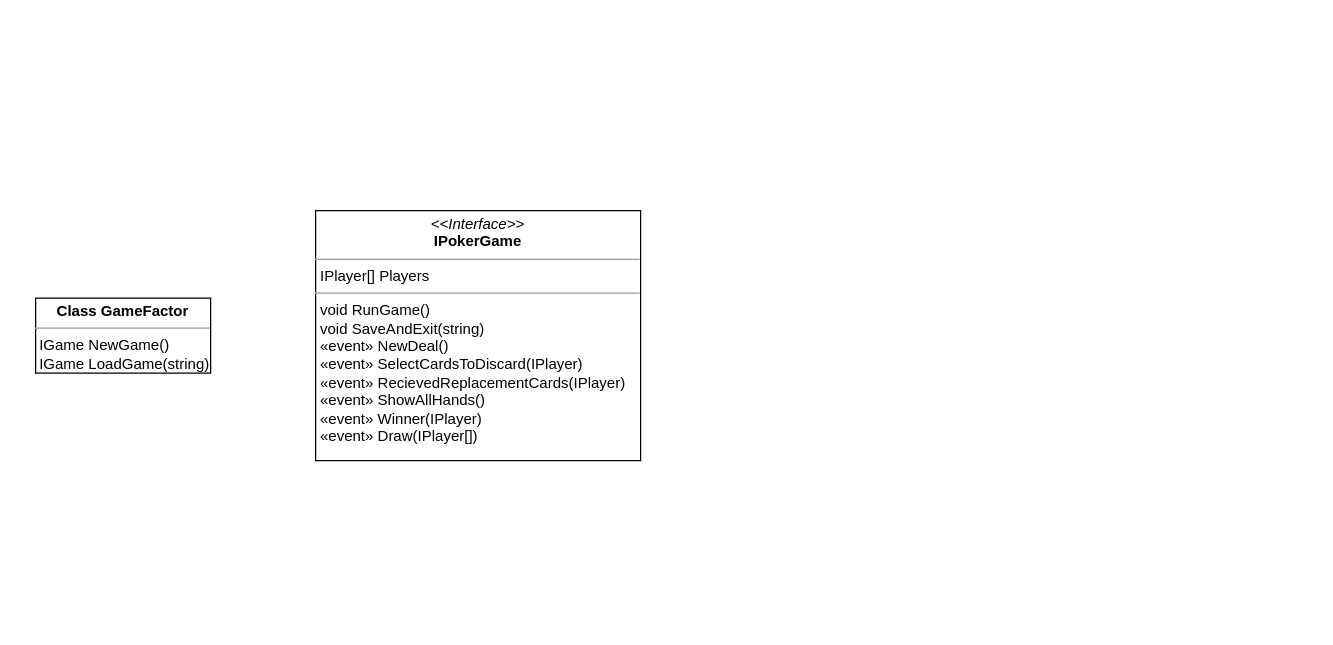
lucasohrn/PokerGame keeps this draw.io diagram as Untitled Diagram.drawio. Above is the earlier version. Source tidied: cells renumbered, new cells numbered last; positions are measured from the earlier drawing's top-left corner, leaving out a move shared by most shapes. Both pictures are drawn from the tidied source at 125%, with x=0, y=0 at pixel (35, 210).
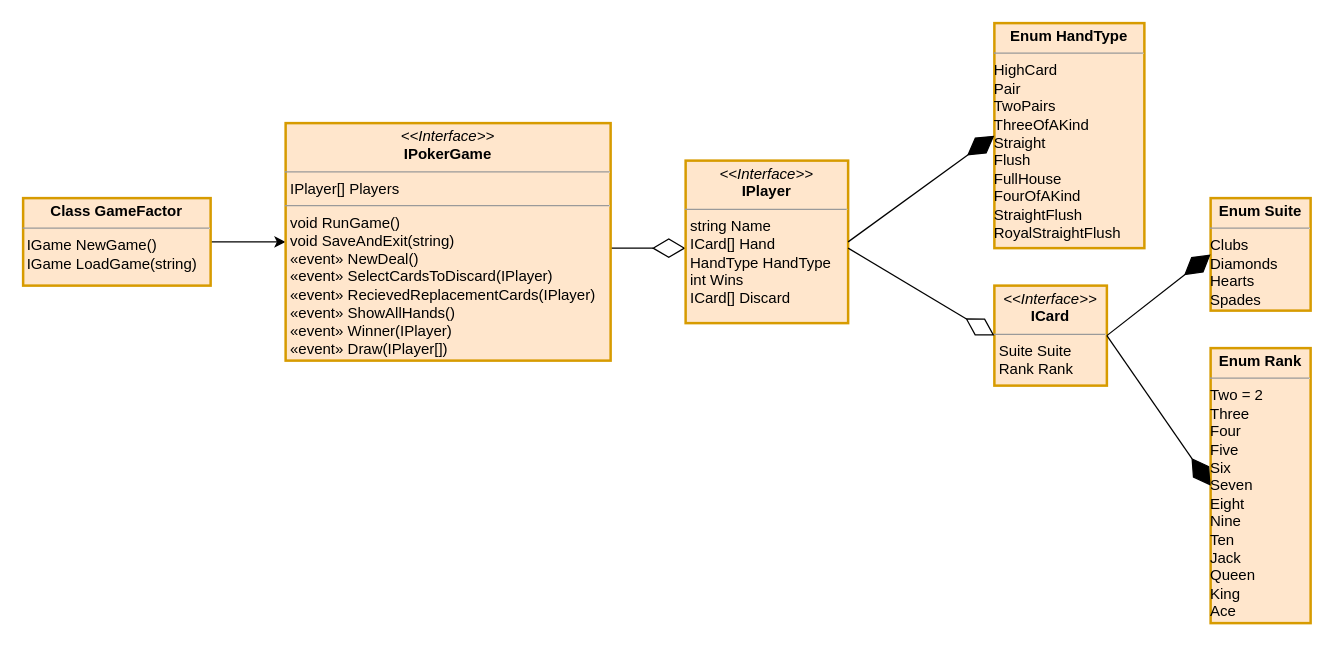
The same page after the edit.

The edit, as a diff of the source:
```diff
@@
 <mxGraphModel>
   <root>
     <mxCell id="0" />
     <mxCell id="1" parent="0" />
+    <mxCell id="4" style="endArrow=diamondThin;endFill=0;endSize=24;html=1;fontSize=12;rounded=1;" parent="1" edge="1">
+      <mxGeometry relative="1" as="geometry">
+        <mxPoint x="460" y="30" as="sourcePoint" />
+        <mxPoint x="520" y="30" as="targetPoint" />
+      </mxGeometry>
+    </mxCell>
+    <mxCell id="5" style="edgeStyle=orthogonalEdgeStyle;rounded=0;jettySize=auto;html=1;exitX=1;exitY=0.5;exitDx=0;exitDy=0;entryX=0;entryY=0.5;entryDx=0;entryDy=0;" parent="1" edge="1" source="2" target="3">
+      <mxGeometry relative="1" as="geometry" />
+    </mxCell>
-    <mxCell id="2" value="&lt;p style=&quot;margin: 0px ; margin-top: 4px ; text-align: center&quot;&gt;&lt;b&gt;Class GameFactor&lt;/b&gt;&lt;/p&gt;&lt;hr size=&quot;1&quot;&gt;&amp;nbsp;IGame NewGame()&lt;br&gt;&amp;nbsp;IGame LoadGame(string)&lt;br&gt;&lt;div style=&quot;height: 2px&quot;&gt;&lt;/div&gt;" style="verticalAlign=top;align=left;overflow=fill;fontSize=12;fontFamily=Helvetica;html=1;" parent="1" vertex="1">
-      <mxGeometry y="70" width="140" height="60" as="geometry" />
+    <mxCell id="2" value="&lt;p style=&quot;margin: 0px ; margin-top: 4px ; text-align: center&quot;&gt;&lt;b&gt;Class GameFactor&lt;/b&gt;&lt;/p&gt;&lt;hr size=&quot;1&quot;&gt;&amp;nbsp;IGame NewGame()&lt;br&gt;&amp;nbsp;IGame LoadGame(string)&lt;br&gt;&lt;div style=&quot;height: 2px&quot;&gt;&lt;/div&gt;" style="verticalAlign=top;align=left;overflow=fill;fontSize=12;fontFamily=Helvetica;html=1;fillColor=#ffe6cc;strokeColor=#d79b00;strokeWidth=2;" parent="1" vertex="1">
+      <mxGeometry x="-10" y="-10" width="150" height="70" as="geometry" />
     </mxCell>
-    <mxCell id="3" value="&lt;p style=&quot;margin: 0px ; margin-top: 4px ; text-align: center&quot;&gt;&lt;i&gt;&amp;lt;&amp;lt;Interface&amp;gt;&amp;gt;&lt;/i&gt;&lt;br&gt;&lt;b&gt;IPokerGame&lt;/b&gt;&lt;/p&gt;&lt;hr size=&quot;1&quot;&gt;&lt;p style=&quot;margin: 0px ; margin-left: 4px&quot;&gt;IPlayer[] Players&lt;/p&gt;&lt;hr size=&quot;1&quot;&gt;&lt;p style=&quot;margin: 0px ; margin-left: 4px&quot;&gt;void RunGame()&lt;/p&gt;&lt;p style=&quot;margin: 0px ; margin-left: 4px&quot;&gt;void SaveAndExit(string)&lt;/p&gt;&lt;p style=&quot;margin: 0px ; margin-left: 4px&quot;&gt;«event» NewDeal()&lt;/p&gt;&lt;p style=&quot;margin: 0px ; margin-left: 4px&quot;&gt;«event»&amp;nbsp;SelectCardsToDiscard(IPlayer)&lt;/p&gt;&lt;p style=&quot;margin: 0px ; margin-left: 4px&quot;&gt;«event» RecievedReplacementCards(IPlayer)&lt;/p&gt;&lt;p style=&quot;margin: 0px ; margin-left: 4px&quot;&gt;«event» ShowAllHands()&lt;/p&gt;&lt;p style=&quot;margin: 0px ; margin-left: 4px&quot;&gt;«event» Winner(IPlayer)&lt;/p&gt;&lt;p style=&quot;margin: 0px ; margin-left: 4px&quot;&gt;«event» Draw(IPlayer[])&lt;/p&gt;" style="verticalAlign=top;align=left;overflow=fill;fontSize=12;fontFamily=Helvetica;html=1;" parent="1" vertex="1">
-      <mxGeometry x="224" width="260" height="200" as="geometry" />
+    <mxCell id="3" value="&lt;p style=&quot;margin: 0px ; margin-top: 4px ; text-align: center&quot;&gt;&lt;i&gt;&amp;lt;&amp;lt;Interface&amp;gt;&amp;gt;&lt;/i&gt;&lt;br&gt;&lt;b&gt;IPokerGame&lt;/b&gt;&lt;/p&gt;&lt;hr size=&quot;1&quot;&gt;&lt;p style=&quot;margin: 0px ; margin-left: 4px&quot;&gt;IPlayer[] Players&lt;/p&gt;&lt;hr size=&quot;1&quot;&gt;&lt;p style=&quot;margin: 0px ; margin-left: 4px&quot;&gt;void RunGame()&lt;/p&gt;&lt;p style=&quot;margin: 0px ; margin-left: 4px&quot;&gt;void SaveAndExit(string)&lt;/p&gt;&lt;p style=&quot;margin: 0px ; margin-left: 4px&quot;&gt;«event» NewDeal()&lt;/p&gt;&lt;p style=&quot;margin: 0px ; margin-left: 4px&quot;&gt;«event»&amp;nbsp;SelectCardsToDiscard(IPlayer)&lt;/p&gt;&lt;p style=&quot;margin: 0px ; margin-left: 4px&quot;&gt;«event» RecievedReplacementCards(IPlayer)&lt;/p&gt;&lt;p style=&quot;margin: 0px ; margin-left: 4px&quot;&gt;«event» ShowAllHands()&lt;/p&gt;&lt;p style=&quot;margin: 0px ; margin-left: 4px&quot;&gt;«event» Winner(IPlayer)&lt;/p&gt;&lt;p style=&quot;margin: 0px ; margin-left: 4px&quot;&gt;«event» Draw(IPlayer[])&lt;/p&gt;" style="verticalAlign=top;align=left;overflow=fill;fontSize=12;fontFamily=Helvetica;html=1;fillColor=#ffe6cc;strokeColor=#d79b00;strokeWidth=2;" parent="1" vertex="1">
+      <mxGeometry x="200" y="-70" width="260" height="190" as="geometry" />
     </mxCell>
+    <mxCell id="6" value="&lt;p style=&quot;margin: 0px ; margin-top: 4px ; text-align: center&quot;&gt;&lt;i&gt;&amp;lt;&amp;lt;Interface&amp;gt;&amp;gt;&lt;/i&gt;&lt;br&gt;&lt;b&gt;IPlayer&lt;/b&gt;&lt;/p&gt;&lt;hr size=&quot;1&quot;&gt;&lt;p style=&quot;margin: 0px ; margin-left: 4px&quot;&gt;string Name&lt;/p&gt;&lt;p style=&quot;margin: 0px ; margin-left: 4px&quot;&gt;I&lt;span&gt;Card[]&amp;nbsp;&lt;/span&gt;&lt;span&gt;Hand&lt;/span&gt;&lt;/p&gt;&lt;p style=&quot;margin: 0px ; margin-left: 4px&quot;&gt;&lt;span&gt;HandType HandType&lt;/span&gt;&lt;/p&gt;&lt;p style=&quot;margin: 0px ; margin-left: 4px&quot;&gt;&lt;span&gt;int Wins&lt;/span&gt;&lt;/p&gt;&lt;p style=&quot;margin: 0px ; margin-left: 4px&quot;&gt;&lt;span&gt;ICard[] Discard&lt;/span&gt;&lt;/p&gt;&lt;p style=&quot;margin: 0px ; margin-left: 4px&quot;&gt;&lt;br&gt;&lt;/p&gt;" style="verticalAlign=top;align=left;overflow=fill;fontSize=12;fontFamily=Helvetica;html=1;fillColor=#ffe6cc;strokeColor=#d79b00;strokeWidth=2;" parent="1" vertex="1">
+      <mxGeometry x="520" y="-40" width="130" height="130" as="geometry" />
+    </mxCell>
+    <mxCell id="7" value="&lt;p style=&quot;margin: 0px ; margin-top: 4px ; text-align: center&quot;&gt;&lt;b&gt;Enum HandType&lt;/b&gt;&lt;/p&gt;&lt;hr size=&quot;1&quot;&gt;HighCard&lt;br&gt;Pair&lt;br&gt;TwoPairs&lt;br&gt;ThreeOfAKind&lt;br&gt;Straight&lt;br&gt;Flush&lt;br&gt;FullHouse&lt;br&gt;FourOfAKind&lt;br&gt;StraightFlush&lt;br&gt;RoyalStraightFlush" style="verticalAlign=top;align=left;overflow=fill;fontSize=12;fontFamily=Helvetica;html=1;comic=0;strokeColor=#d79b00;strokeWidth=2;fillColor=#ffe6cc;" parent="1" vertex="1">
+      <mxGeometry x="767" y="-150" width="120" height="180" as="geometry" />
+    </mxCell>
+    <mxCell id="8" value="&lt;p style=&quot;margin: 0px ; margin-top: 4px ; text-align: center&quot;&gt;&lt;i&gt;&amp;lt;&amp;lt;Interface&amp;gt;&amp;gt;&lt;/i&gt;&lt;br&gt;&lt;b&gt;ICard&lt;/b&gt;&lt;/p&gt;&lt;hr size=&quot;1&quot;&gt;&lt;p style=&quot;margin: 0px ; margin-left: 4px&quot;&gt;Suite Suite&lt;/p&gt;&lt;p style=&quot;margin: 0px ; margin-left: 4px&quot;&gt;Rank Rank&lt;br&gt;&lt;/p&gt;" style="verticalAlign=top;align=left;overflow=fill;fontSize=12;fontFamily=Helvetica;html=1;comic=0;strokeColor=#d79b00;strokeWidth=2;fillColor=#ffe6cc;" parent="1" vertex="1">
+      <mxGeometry x="767" y="60" width="90" height="80" as="geometry" />
+    </mxCell>
+    <mxCell id="9" style="endArrow=diamondThin;endFill=0;endSize=24;html=1;strokeColor=#000000;fontSize=12;entryX=0;entryY=0.5;entryDx=0;entryDy=0;" parent="1" edge="1" target="8">
+      <mxGeometry relative="1" as="geometry">
+        <mxPoint x="650" y="30" as="sourcePoint" />
+      </mxGeometry>
+    </mxCell>
+    <mxCell id="10" style="endArrow=diamondThin;endFill=1;endSize=24;html=1;strokeColor=#000000;fontSize=12;exitX=1;exitY=0.5;exitDx=0;exitDy=0;entryX=0;entryY=0.5;entryDx=0;entryDy=0;" parent="1" edge="1" source="6" target="7">
+      <mxGeometry relative="1" as="geometry" />
+    </mxCell>
+    <mxCell id="11" value="&lt;p style=&quot;margin: 0px ; margin-top: 4px ; text-align: center&quot;&gt;&lt;b&gt;Enum Suite&lt;/b&gt;&lt;/p&gt;&lt;hr size=&quot;1&quot;&gt;Clubs&lt;br&gt;Diamonds&lt;br&gt;Hearts&lt;br&gt;Spades" style="verticalAlign=top;align=left;overflow=fill;fontSize=12;fontFamily=Helvetica;html=1;comic=0;strokeColor=#d79b00;strokeWidth=2;fillColor=#ffe6cc;" parent="1" vertex="1">
+      <mxGeometry x="940" y="-10" width="80" height="90" as="geometry" />
+    </mxCell>
+    <mxCell id="12" value="&lt;p style=&quot;margin: 0px ; margin-top: 4px ; text-align: center&quot;&gt;&lt;b&gt;Enum Rank&lt;/b&gt;&lt;/p&gt;&lt;hr size=&quot;1&quot;&gt;Two = 2&lt;br&gt;Three&lt;br&gt;Four&lt;br&gt;Five&lt;br&gt;Six&lt;br&gt;Seven&lt;br&gt;Eight&lt;br&gt;Nine&lt;br&gt;Ten&lt;br&gt;Jack&lt;br&gt;Queen&lt;br&gt;King&lt;br&gt;Ace" style="verticalAlign=top;align=left;overflow=fill;fontSize=12;fontFamily=Helvetica;html=1;comic=0;strokeColor=#d79b00;strokeWidth=2;fillColor=#ffe6cc;" parent="1" vertex="1">
+      <mxGeometry x="940" y="110" width="80" height="220" as="geometry" />
+    </mxCell>
+    <mxCell id="13" style="endArrow=diamondThin;endFill=1;endSize=24;html=1;strokeColor=#000000;fontSize=12;exitX=1;exitY=0.5;exitDx=0;exitDy=0;entryX=0;entryY=0.5;entryDx=0;entryDy=0;" parent="1" edge="1" source="8" target="11">
+      <mxGeometry relative="1" as="geometry" />
+    </mxCell>
+    <mxCell id="14" style="endArrow=diamondThin;endFill=1;endSize=24;html=1;strokeColor=#000000;fontSize=12;exitX=1;exitY=0.5;exitDx=0;exitDy=0;entryX=0;entryY=0.5;entryDx=0;entryDy=0;" parent="1" edge="1" source="8" target="12">
+      <mxGeometry relative="1" as="geometry" />
+    </mxCell>
   </root>
 </mxGraphModel>
```
